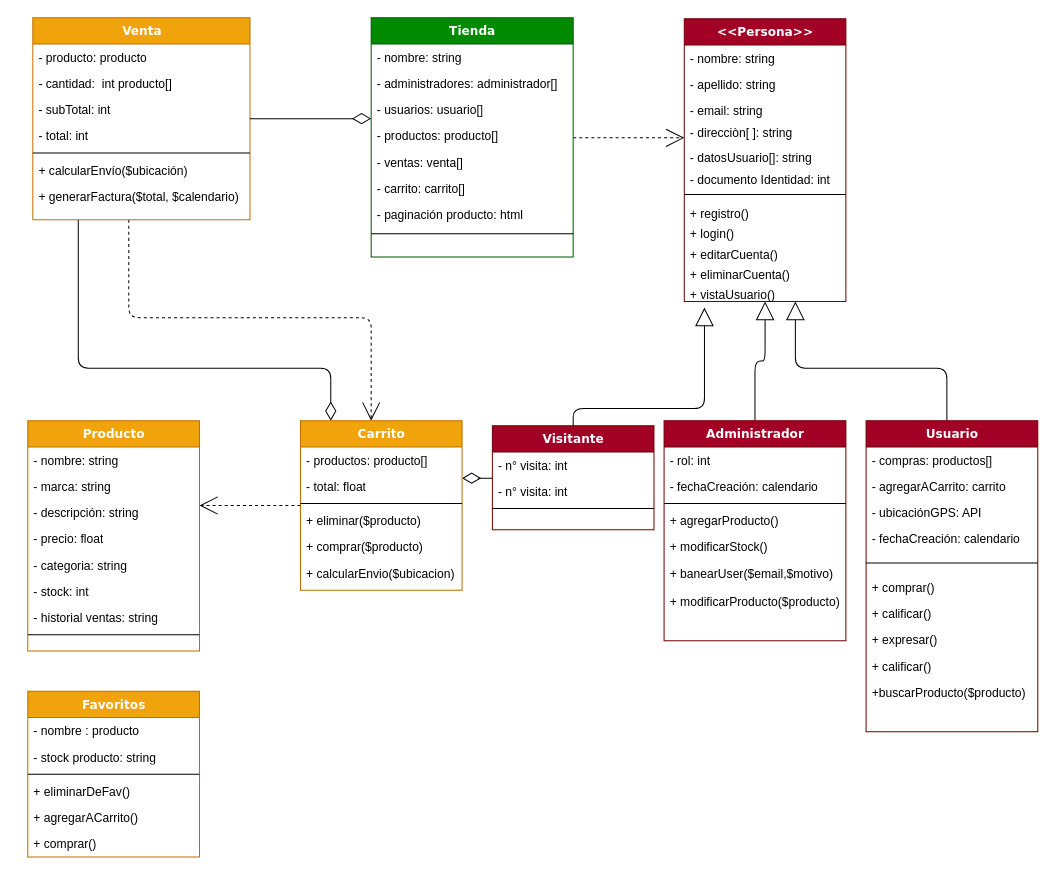
Before: Sprint 3.drawio in facucarrizo/e-commerce-6, a draw.io diagram. Source tidied: cells renumbered, new cells numbered last; positions are measured from the earlier drawing's top-left corner, leaving out a move shared by most shapes. Both pictures are drawn from the tidied source at 101%, with x=0, y=0 at pixel (27, 17).
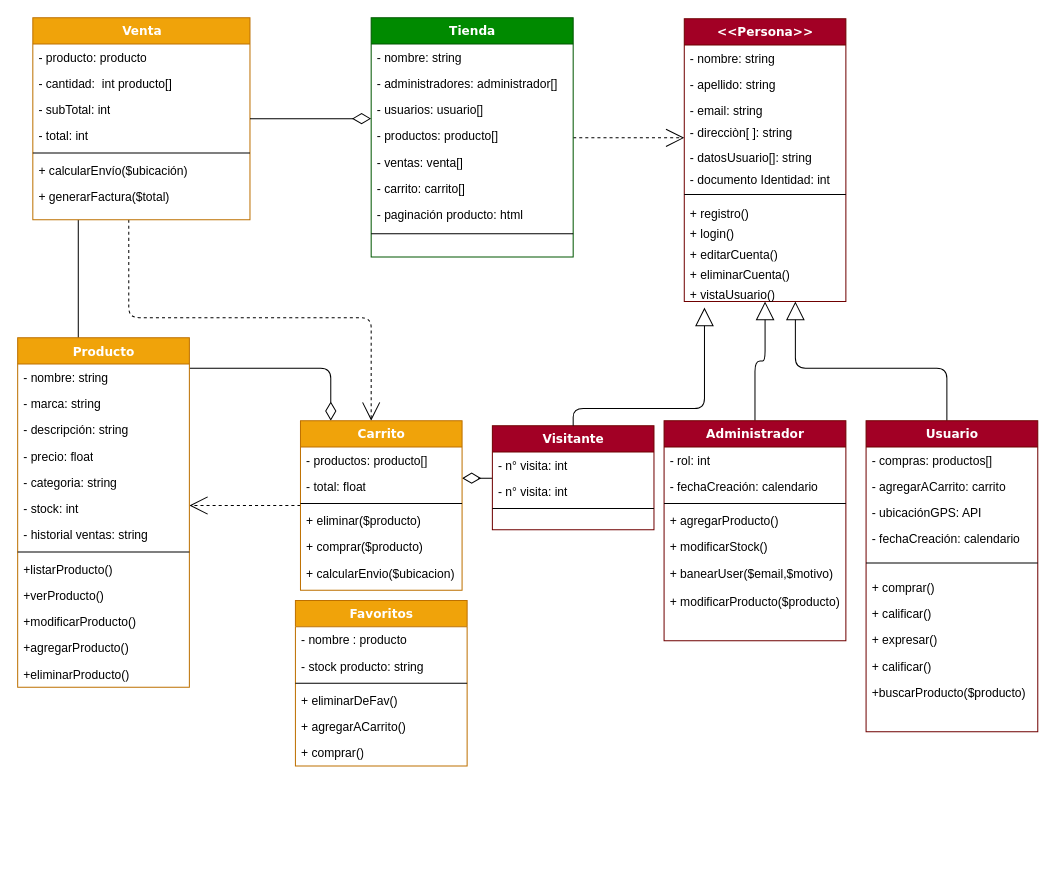
After the change.

The change refers to these unchanged cells:
```xml
<mxCell id="4" value="Venta" style="swimlane;html=1;fontStyle=1;align=center;verticalAlign=top;horizontal=1;startSize=26;swimlaneFillColor=#ffffff;rounded=0;shadow=0;comic=0;labelBackgroundColor=none;strokeWidth=1;fillColor=#f0a30a;fontFamily=Verdana;fontSize=12;strokeColor=#BD7000;fontColor=#ffffff;" parent="1" vertex="1">
  <mxGeometry x="5" width="215" height="200" as="geometry" />
</mxCell>
```

Diff of the diagram source:
```diff
@@
-    <mxCell id="11" value="+ generarFactura($total, $calendario)" style="text;html=1;strokeColor=none;fillColor=none;align=left;verticalAlign=top;spacingLeft=4;spacingRight=4;whiteSpace=wrap;overflow=hidden;" parent="4" vertex="1">
+    <mxCell id="11" value="+ generarFactura($total)" style="text;html=1;strokeColor=none;fillColor=none;align=left;verticalAlign=top;spacingLeft=4;spacingRight=4;whiteSpace=wrap;overflow=hidden;" parent="4" vertex="1">
       <mxGeometry y="164" width="215" height="36" as="geometry" />
     </mxCell>
@@
     <mxCell id="36" value="Producto" style="swimlane;html=1;fontStyle=1;align=center;verticalAlign=top;horizontal=1;startSize=26;swimlaneFillColor=#ffffff;rounded=0;shadow=0;comic=0;labelBackgroundColor=none;strokeWidth=1;fillColor=#f0a30a;fontFamily=Verdana;fontSize=12;strokeColor=#BD7000;fontColor=#ffffff;" parent="1" vertex="1">
-      <mxGeometry y="399" width="170" height="228" as="geometry" />
+      <mxGeometry x="-10" y="317" width="170" height="346" as="geometry" />
     </mxCell>
@@
+    <mxCell id="87" value="+listarProducto()" style="text;html=1;strokeColor=none;fillColor=none;align=left;verticalAlign=top;spacingLeft=4;spacingRight=4;whiteSpace=wrap;overflow=hidden;" parent="36" vertex="1">
+      <mxGeometry y="216" width="170" height="26" as="geometry" />
+    </mxCell>
+    <mxCell id="88" value="+verProducto()" style="text;html=1;strokeColor=none;fillColor=none;align=left;verticalAlign=top;spacingLeft=4;spacingRight=4;whiteSpace=wrap;overflow=hidden;" parent="36" vertex="1">
+      <mxGeometry y="242" width="170" height="26" as="geometry" />
+    </mxCell>
+    <mxCell id="89" value="+modificarProducto()" style="text;html=1;strokeColor=none;fillColor=none;align=left;verticalAlign=top;spacingLeft=4;spacingRight=4;whiteSpace=wrap;overflow=hidden;" parent="36" vertex="1">
+      <mxGeometry y="268" width="170" height="26" as="geometry" />
+    </mxCell>
+    <mxCell id="90" value="+agregarProducto()" style="text;html=1;strokeColor=none;fillColor=none;align=left;verticalAlign=top;spacingLeft=4;spacingRight=4;whiteSpace=wrap;overflow=hidden;" parent="36" vertex="1">
+      <mxGeometry y="294" width="170" height="26" as="geometry" />
+    </mxCell>
+    <mxCell id="91" value="+eliminarProducto()" style="text;html=1;strokeColor=none;fillColor=none;align=left;verticalAlign=top;spacingLeft=4;spacingRight=4;whiteSpace=wrap;overflow=hidden;" parent="36" vertex="1">
+      <mxGeometry y="320" width="170" height="26" as="geometry" />
+    </mxCell>
@@
     <mxCell id="79" value="Favoritos&lt;br&gt;" style="swimlane;html=1;fontStyle=1;align=center;verticalAlign=top;horizontal=1;startSize=26;swimlaneFillColor=#ffffff;rounded=0;shadow=0;comic=0;labelBackgroundColor=none;strokeWidth=1;fillColor=#f0a30a;fontFamily=Verdana;fontSize=12;strokeColor=#BD7000;fontColor=#ffffff;" parent="1" vertex="1">
-      <mxGeometry y="667" width="170" height="164" as="geometry" />
+      <mxGeometry x="265" y="577" width="170" height="164" as="geometry" />
     </mxCell>
```
